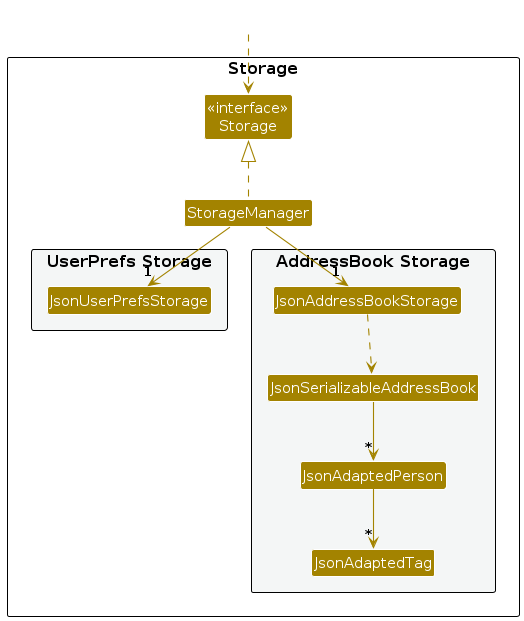
Earlier version of the PlantUML export diagrams/StorageClassDiagram.png (AY2627S1-CS2103T-T10-2/tp). Its source is kept beside it as diagrams/StorageClassDiagram.puml.
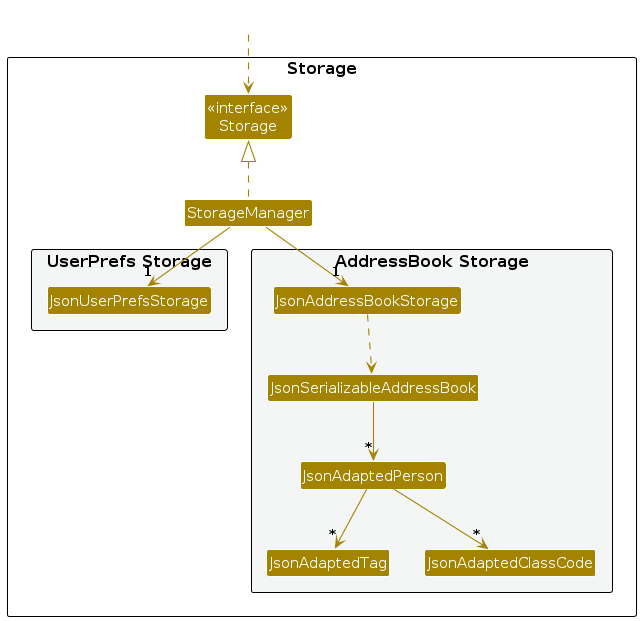
Above is the later version.

Diff of the diagram source:
```diff
@@ -18,6 +18,7 @@
 Class JsonSerializableAddressBook
 Class JsonAdaptedPerson
 Class JsonAdaptedTag
+Class JsonAdaptedClassCode
 }
 
 }
@@ -32,5 +33,6 @@
 JsonAddressBookStorage ..> JsonSerializableAddressBook
 JsonSerializableAddressBook --> "*" JsonAdaptedPerson
 JsonAdaptedPerson --> "*" JsonAdaptedTag
+JsonAdaptedPerson --> "*" JsonAdaptedClassCode
 
 @enduml
```
